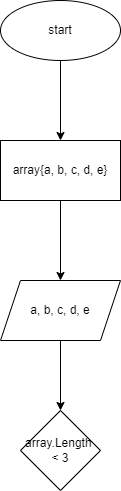
The draw.io diagram task/diagram.drawio.png in AleksandRepin/FinalVerificationWork, before a commit. Source tidied: cells renumbered, new cells last; positions are measured from the earlier drawing's top-left corner, leaving out a move shared by most shapes.
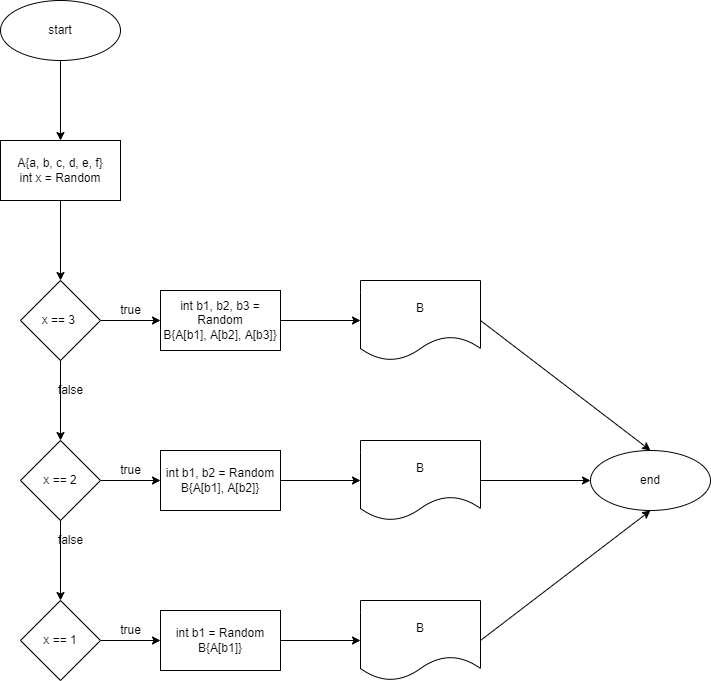
The same file after the commit.

Diff of the diagram source:
```diff
@@ -10,20 +10,91 @@
     <mxCell id="3" value="start" style="ellipse;whiteSpace=wrap;html=1;" parent="1" vertex="1">
       <mxGeometry width="120" height="60" as="geometry" />
     </mxCell>
-    <mxCell id="4" style="edgeStyle=none;html=1;" parent="1" edge="1" source="5" target="7">
-      <mxGeometry relative="1" as="geometry" />
+    <mxCell id="4" style="edgeStyle=none;html=1;" parent="1" edge="1" source="5">
+      <mxGeometry relative="1" as="geometry">
+        <mxPoint x="60" y="280" as="targetPoint" />
+      </mxGeometry>
     </mxCell>
-    <mxCell id="5" value="array{a, b, c, d, e}" style="whiteSpace=wrap;html=1;" parent="1" vertex="1">
+    <mxCell id="5" value="A{a, b, c, d, e, f}&lt;br&gt;int x = Random" style="whiteSpace=wrap;html=1;" parent="1" vertex="1">
       <mxGeometry y="140" width="120" height="60" as="geometry" />
     </mxCell>
-    <mxCell id="6" style="edgeStyle=none;html=1;" parent="1" edge="1" source="7" target="8">
-      <mxGeometry relative="1" as="geometry" />
-    </mxCell>
-    <mxCell id="7" value="a, b, c, d, e" style="shape=parallelogram;perimeter=parallelogramPerimeter;whiteSpace=wrap;html=1;fixedSize=1;" parent="1" vertex="1">
-      <mxGeometry y="280" width="120" height="60" as="geometry" />
-    </mxCell>
-    <mxCell id="8" value="array.Length&amp;nbsp; &amp;lt; 3" style="rhombus;whiteSpace=wrap;html=1;" parent="1" vertex="1">
-      <mxGeometry x="20" y="410" width="80" height="80" as="geometry" />
-    </mxCell>
+    <mxCell id="9" style="edgeStyle=none;html=1;" parent="1" edge="1" source="11" target="14">
+      <mxGeometry relative="1" as="geometry" />
+    </mxCell>
+    <mxCell id="10" style="edgeStyle=none;html=1;" parent="1" edge="1" source="11" target="20">
+      <mxGeometry relative="1" as="geometry" />
+    </mxCell>
+    <mxCell id="11" value="x == 3&amp;nbsp;" style="rhombus;whiteSpace=wrap;html=1;" parent="1" vertex="1">
+      <mxGeometry x="20" y="280" width="80" height="80" as="geometry" />
+    </mxCell>
+    <mxCell id="12" style="edgeStyle=none;html=1;" parent="1" edge="1" source="14" target="16">
+      <mxGeometry relative="1" as="geometry" />
+    </mxCell>
+    <mxCell id="13" style="edgeStyle=none;html=1;" parent="1" edge="1" source="14" target="24">
+      <mxGeometry relative="1" as="geometry" />
+    </mxCell>
+    <mxCell id="14" value="x == 2" style="rhombus;whiteSpace=wrap;html=1;" parent="1" vertex="1">
+      <mxGeometry x="20" y="440" width="80" height="80" as="geometry" />
+    </mxCell>
+    <mxCell id="15" style="edgeStyle=none;html=1;" parent="1" edge="1" source="16" target="28">
+      <mxGeometry relative="1" as="geometry" />
+    </mxCell>
+    <mxCell id="16" value="x == 1" style="rhombus;whiteSpace=wrap;html=1;" parent="1" vertex="1">
+      <mxGeometry x="20" y="600" width="80" height="80" as="geometry" />
+    </mxCell>
+    <mxCell id="17" value="false" style="text;html=1;align=center;verticalAlign=middle;strokeColor=none;fillColor=none;" parent="1" vertex="1">
+      <mxGeometry x="50" y="380" width="40" height="20" as="geometry" />
+    </mxCell>
+    <mxCell id="18" value="false" style="text;html=1;align=center;verticalAlign=middle;strokeColor=none;fillColor=none;" parent="1" vertex="1">
+      <mxGeometry x="50" y="530" width="40" height="20" as="geometry" />
+    </mxCell>
+    <mxCell id="19" style="edgeStyle=none;html=1;" parent="1" edge="1" source="20" target="22">
+      <mxGeometry relative="1" as="geometry" />
+    </mxCell>
+    <mxCell id="20" value="int b1, b2, b3 = Random&lt;br&gt;B{A[b1], A[b2], A[b3]}" style="whiteSpace=wrap;html=1;" parent="1" vertex="1">
+      <mxGeometry x="160" y="290" width="120" height="60" as="geometry" />
+    </mxCell>
+    <mxCell id="21" style="edgeStyle=none;html=1;exitX=1;exitY=0.5;exitDx=0;exitDy=0;entryX=0.5;entryY=0;entryDx=0;entryDy=0;" parent="1" edge="1" source="22" target="34">
+      <mxGeometry relative="1" as="geometry" />
+    </mxCell>
+    <mxCell id="22" value="B" style="shape=document;whiteSpace=wrap;html=1;boundedLbl=1;" parent="1" vertex="1">
+      <mxGeometry x="360" y="280" width="120" height="80" as="geometry" />
+    </mxCell>
+    <mxCell id="23" style="edgeStyle=none;html=1;" parent="1" edge="1" source="24" target="26">
+      <mxGeometry relative="1" as="geometry" />
+    </mxCell>
+    <mxCell id="24" value="int b1, b2 = Random&lt;br&gt;B{A[b1], A[b2]}" style="whiteSpace=wrap;html=1;" parent="1" vertex="1">
+      <mxGeometry x="160" y="450" width="120" height="60" as="geometry" />
+    </mxCell>
+    <mxCell id="25" style="edgeStyle=none;html=1;exitX=1;exitY=0.5;exitDx=0;exitDy=0;entryX=0;entryY=0.5;entryDx=0;entryDy=0;" parent="1" edge="1" source="26" target="34">
+      <mxGeometry relative="1" as="geometry" />
+    </mxCell>
+    <mxCell id="26" value="B" style="shape=document;whiteSpace=wrap;html=1;boundedLbl=1;" parent="1" vertex="1">
+      <mxGeometry x="360" y="440" width="120" height="80" as="geometry" />
+    </mxCell>
+    <mxCell id="27" style="edgeStyle=none;html=1;" parent="1" edge="1" source="28" target="30">
+      <mxGeometry relative="1" as="geometry" />
+    </mxCell>
+    <mxCell id="28" value="int b1 = Random&lt;br&gt;B{A[b1]}" style="whiteSpace=wrap;html=1;" parent="1" vertex="1">
+      <mxGeometry x="160" y="610" width="120" height="60" as="geometry" />
+    </mxCell>
+    <mxCell id="29" style="edgeStyle=none;html=1;exitX=1;exitY=0.5;exitDx=0;exitDy=0;entryX=0.5;entryY=1;entryDx=0;entryDy=0;" parent="1" edge="1" source="30" target="34">
+      <mxGeometry relative="1" as="geometry" />
+    </mxCell>
+    <mxCell id="30" value="B" style="shape=document;whiteSpace=wrap;html=1;boundedLbl=1;" parent="1" vertex="1">
+      <mxGeometry x="360" y="600" width="120" height="80" as="geometry" />
+    </mxCell>
+    <mxCell id="31" value="true" style="text;html=1;align=center;verticalAlign=middle;strokeColor=none;fillColor=none;" parent="1" vertex="1">
+      <mxGeometry x="110" y="620" width="40" height="20" as="geometry" />
+    </mxCell>
+    <mxCell id="32" value="true" style="text;html=1;align=center;verticalAlign=middle;strokeColor=none;fillColor=none;" parent="1" vertex="1">
+      <mxGeometry x="110" y="460" width="40" height="20" as="geometry" />
+    </mxCell>
+    <mxCell id="33" value="true" style="text;html=1;align=center;verticalAlign=middle;strokeColor=none;fillColor=none;" parent="1" vertex="1">
+      <mxGeometry x="110" y="300" width="40" height="20" as="geometry" />
+    </mxCell>
+    <mxCell id="34" value="end" style="ellipse;whiteSpace=wrap;html=1;" parent="1" vertex="1">
+      <mxGeometry x="590" y="450" width="120" height="60" as="geometry" />
+    </mxCell>
   </root>
 </mxGraphModel>
```
